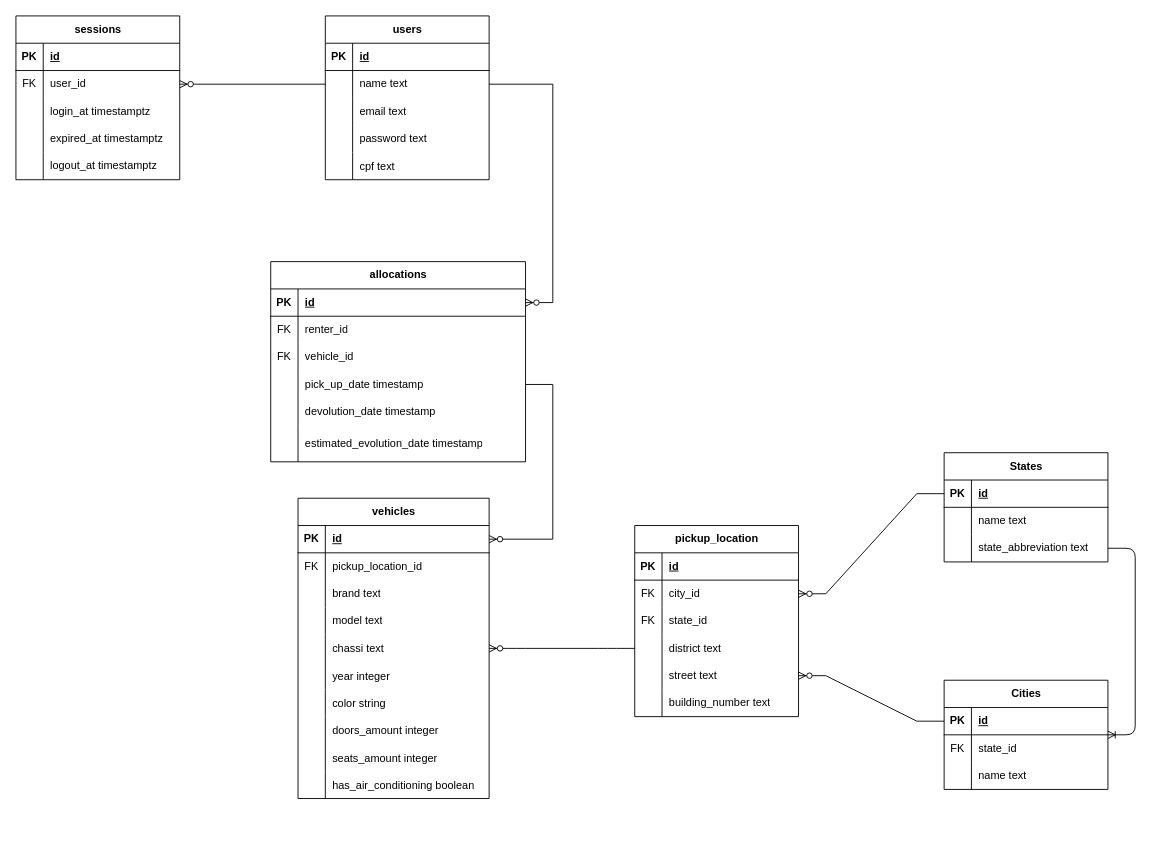
The draw.io diagram docs/model.drawio in RobertCrysthian/go-vehicle-allocation, before the edit. Source tidied: cells renumbered, new cells numbered last; positions are measured from the earlier drawing's top-left corner, leaving out a move shared by most shapes. Both pictures are drawn from the tidied source at 91%, with x=0, y=0 at pixel (15, 15).
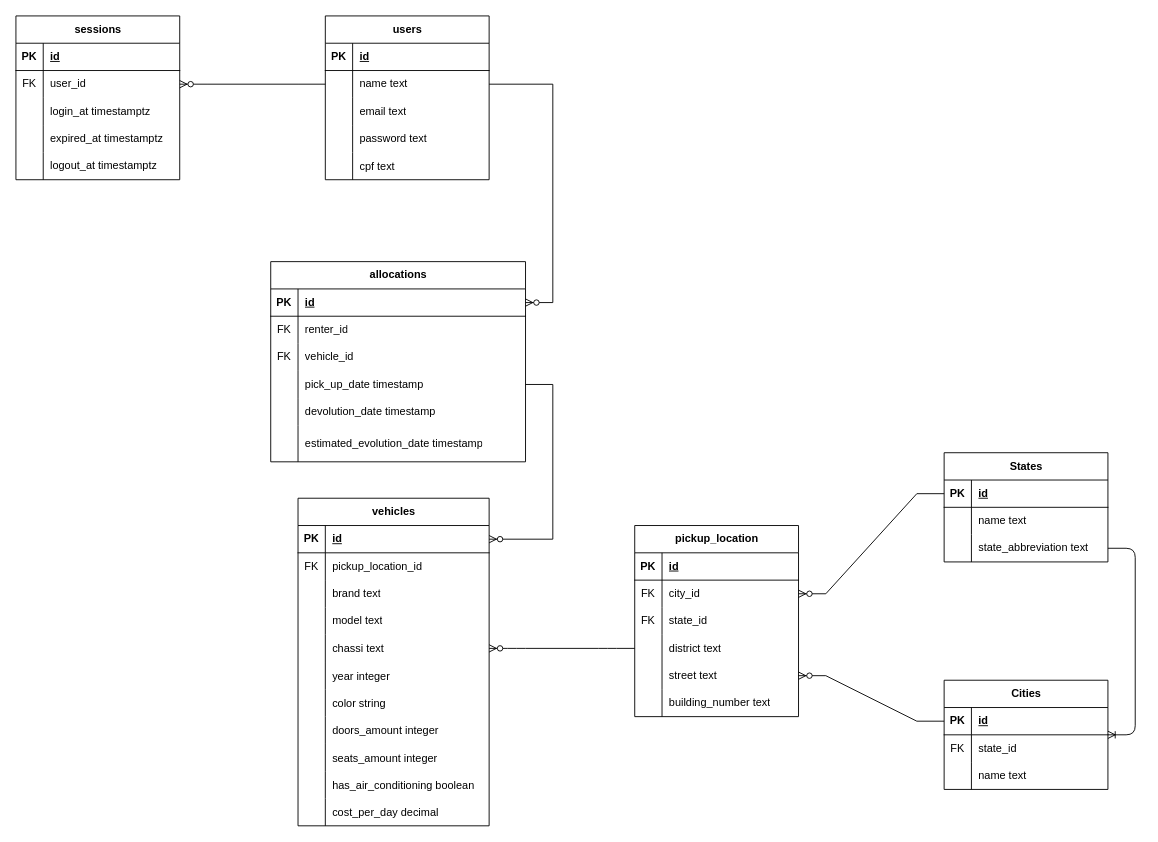
After the change.

What changed in the source:
```diff
@@
     <mxCell id="35" value="vehicles" style="shape=table;startSize=30;childLayout=tableLayout;rowLines=0;fontStyle=1;align=center;html=1;" parent="1" vertex="1">
-      <mxGeometry x="310" y="530" width="210" height="330" as="geometry" />
+      <mxGeometry x="310" y="530" width="210" height="360" as="geometry" />
     </mxCell>
@@
+    <mxCell id="130" style="shape=tableRow;horizontal=0;startSize=0;swimlaneHead=0;swimlaneBody=0;fillColor=none;top=0;left=0;right=0;bottom=0;" parent="35" vertex="1">
+      <mxGeometry y="330" width="210" height="30" as="geometry" />
+    </mxCell>
+    <mxCell id="131" style="shape=partialRectangle;fillColor=none;top=0;left=0;bottom=0;right=0;overflow=hidden;" parent="130" vertex="1">
+      <mxGeometry width="30" height="30" as="geometry" />
+    </mxCell>
+    <mxCell id="132" value="cost_per_day decimal" style="shape=partialRectangle;fillColor=none;top=0;left=0;bottom=0;right=0;align=left;spacingLeft=6;overflow=hidden;" parent="130" vertex="1">
+      <mxGeometry x="30" width="180" height="30" as="geometry" />
+    </mxCell>
```
